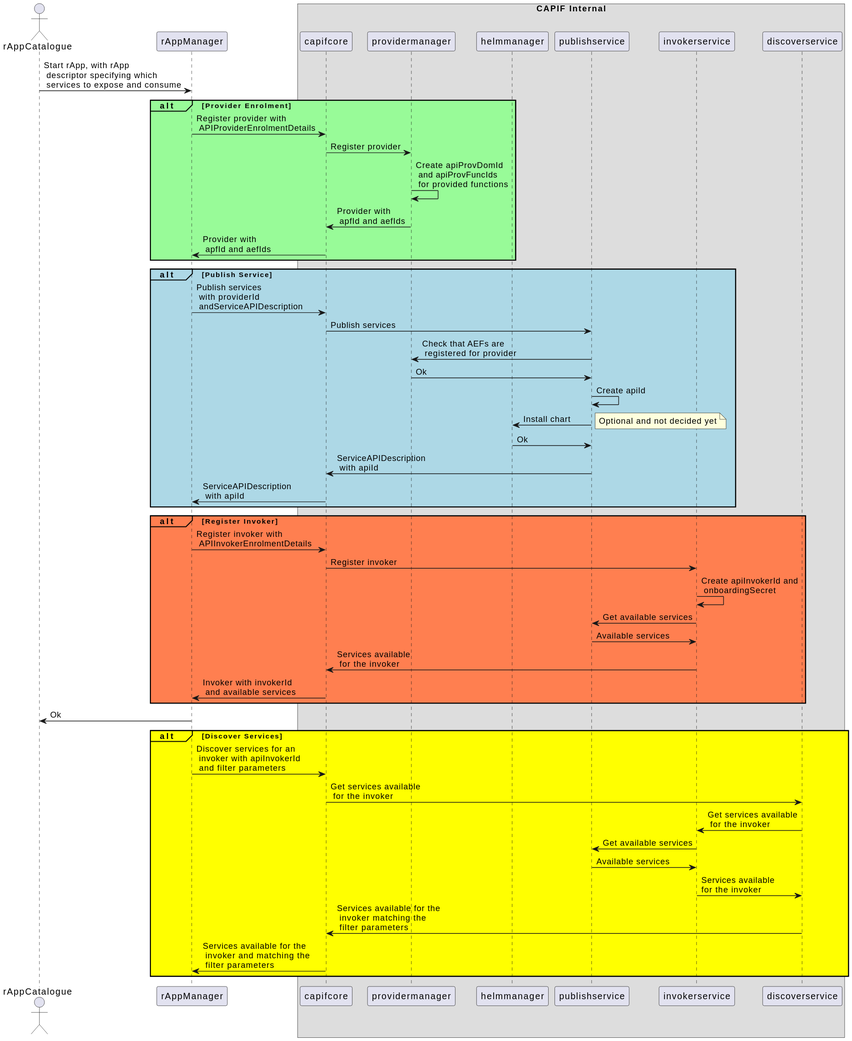
Above: capifcore/docs/diagrams/Register Provider.svg in o-ran-sc/nonrtric-plt-sme (PlantUML), before the change.
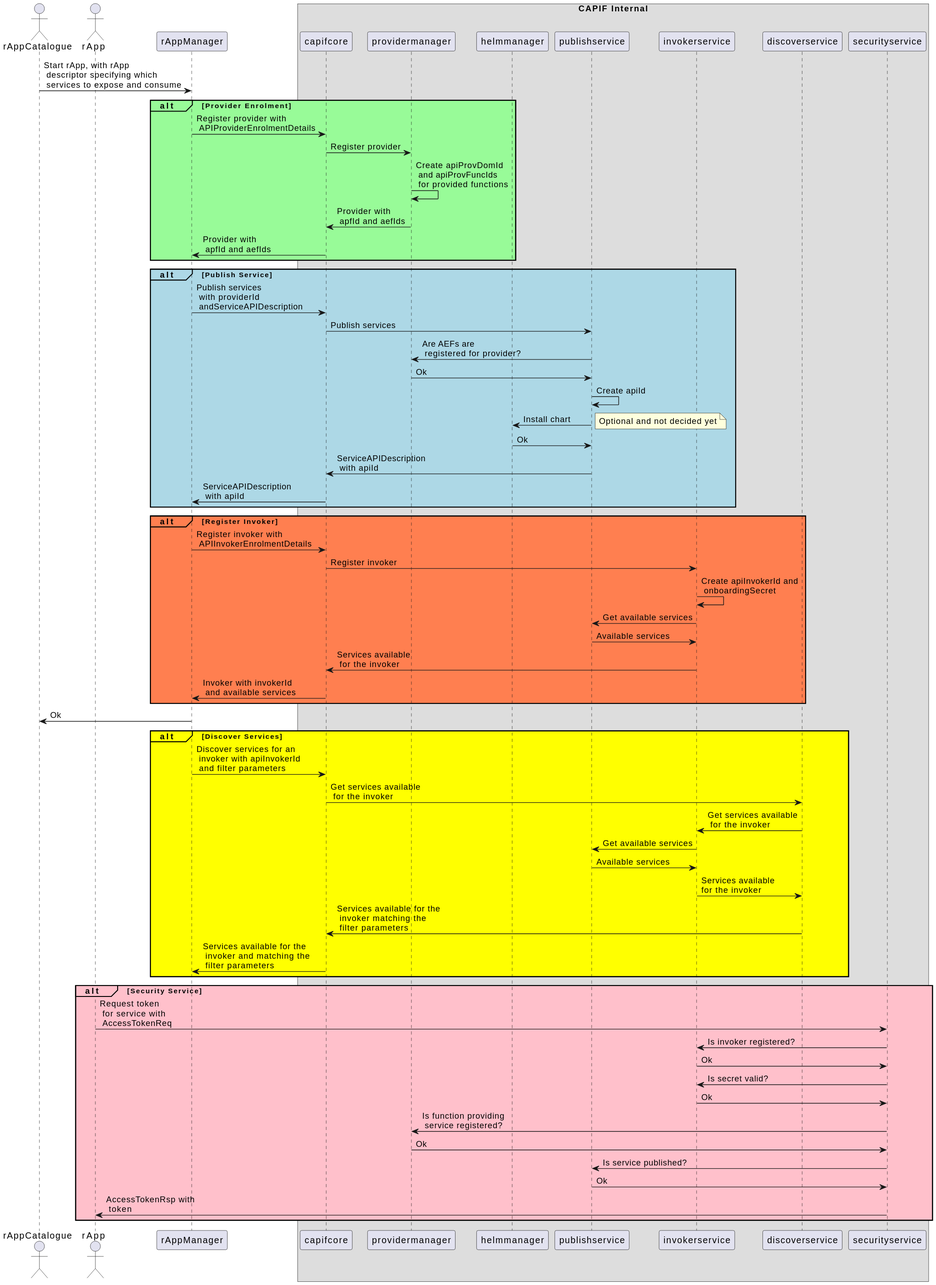
The same diagram one commit later.

Commit message:
Add Security Service to diagrams

Change to the diagram source:
```diff
@@ -1,5 +1,6 @@
 @startuml
 actor rAppCatalogue
+actor rApp
 participant rAppManager
 box "CAPIF Internal"
 participant capifcore
@@ -8,6 +9,7 @@
 participant publishservice
 participant invokerservice
 participant discoverservice
+participant securityservice
 end box
 
 rAppCatalogue->rAppManager: Start rApp, with rApp\n descriptor specifying which\n services to expose and consume
@@ -21,7 +23,7 @@
 alt#LightBlue #LightBlue Publish Service
     rAppManager->capifcore: Publish services\n with providerId\n andServiceAPIDescription
     capifcore->publishservice: Publish services
-    publishservice->providermanager: Check that AEFs are\n registered for provider
+    publishservice->providermanager: Are AEFs are\n registered for provider?
     providermanager->publishservice: Ok
     publishservice->publishservice: Create apiId
     publishservice->helmmanager: Install chart
@@ -51,4 +53,17 @@
     discoverservice->capifcore: Services available for the\n invoker matching the\n filter parameters
     capifcore->rAppManager: Services available for the\n invoker and matching the\n filter parameters
 end
+
+alt#Pink #Pink Security Service
+    rApp->securityservice: Request token\n for service with\n AccessTokenReq
+    securityservice->invokerservice: Is invoker registered?
+    invokerservice->securityservice: Ok
+    securityservice->invokerservice: Is secret valid?
+    invokerservice->securityservice: Ok
+    securityservice->providermanager: Is function providing\n service registered?
+    providermanager->securityservice: Ok
+    securityservice->publishservice: Is service published?
+    publishservice->securityservice: Ok
+    securityservice->rApp: AccessTokenRsp with\n token
+end
 @enduml
```
